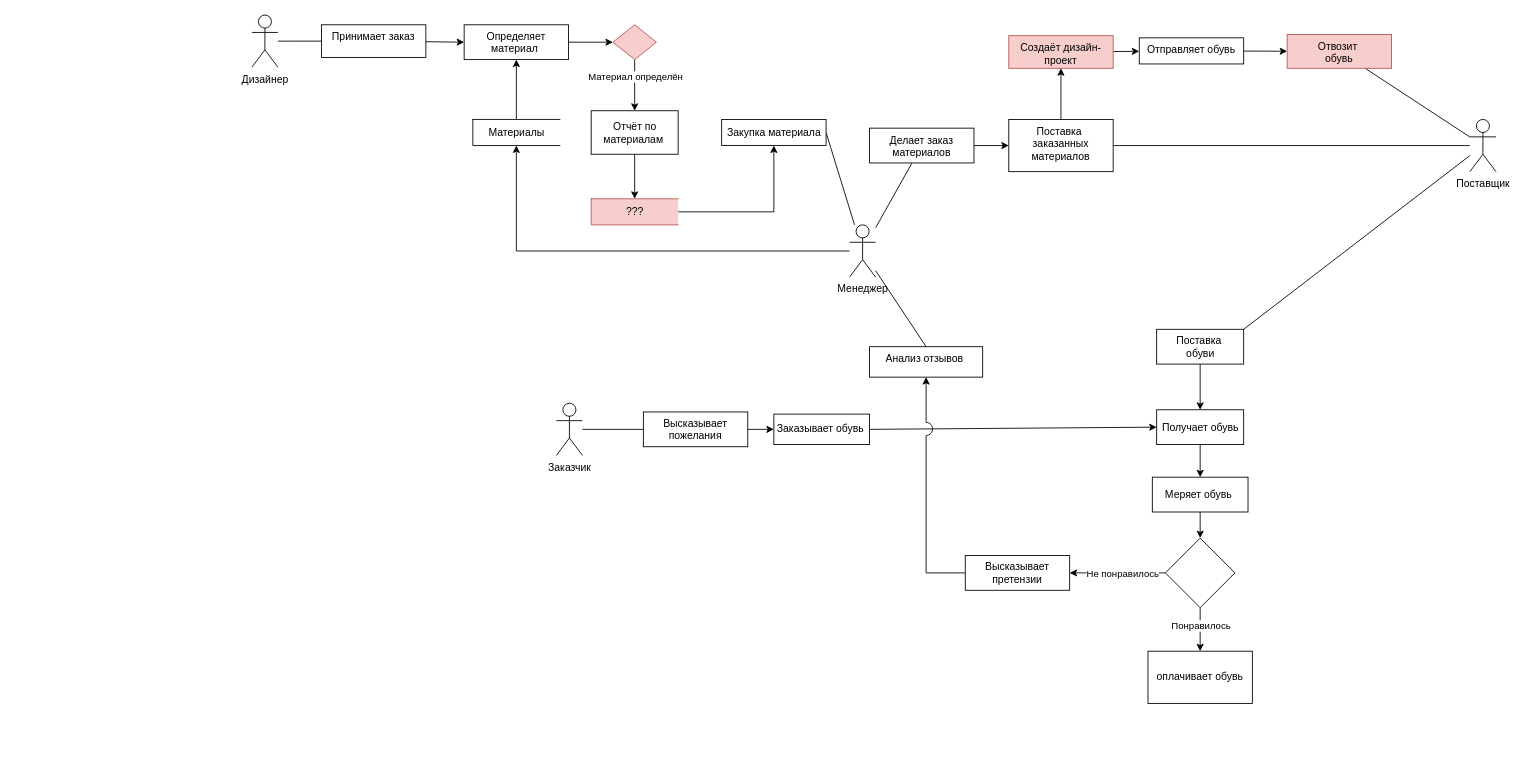
MorozovStanislav/Repozitory keeps this draw.io diagram as DFD.drawio. Above is the earlier version. Source tidied: cells renumbered, new cells numbered last; positions are measured from the earlier drawing's top-left corner, leaving out a move shared by most shapes. Both pictures are drawn from the tidied source at 87%, with x=0, y=0 at pixel (251, 15).
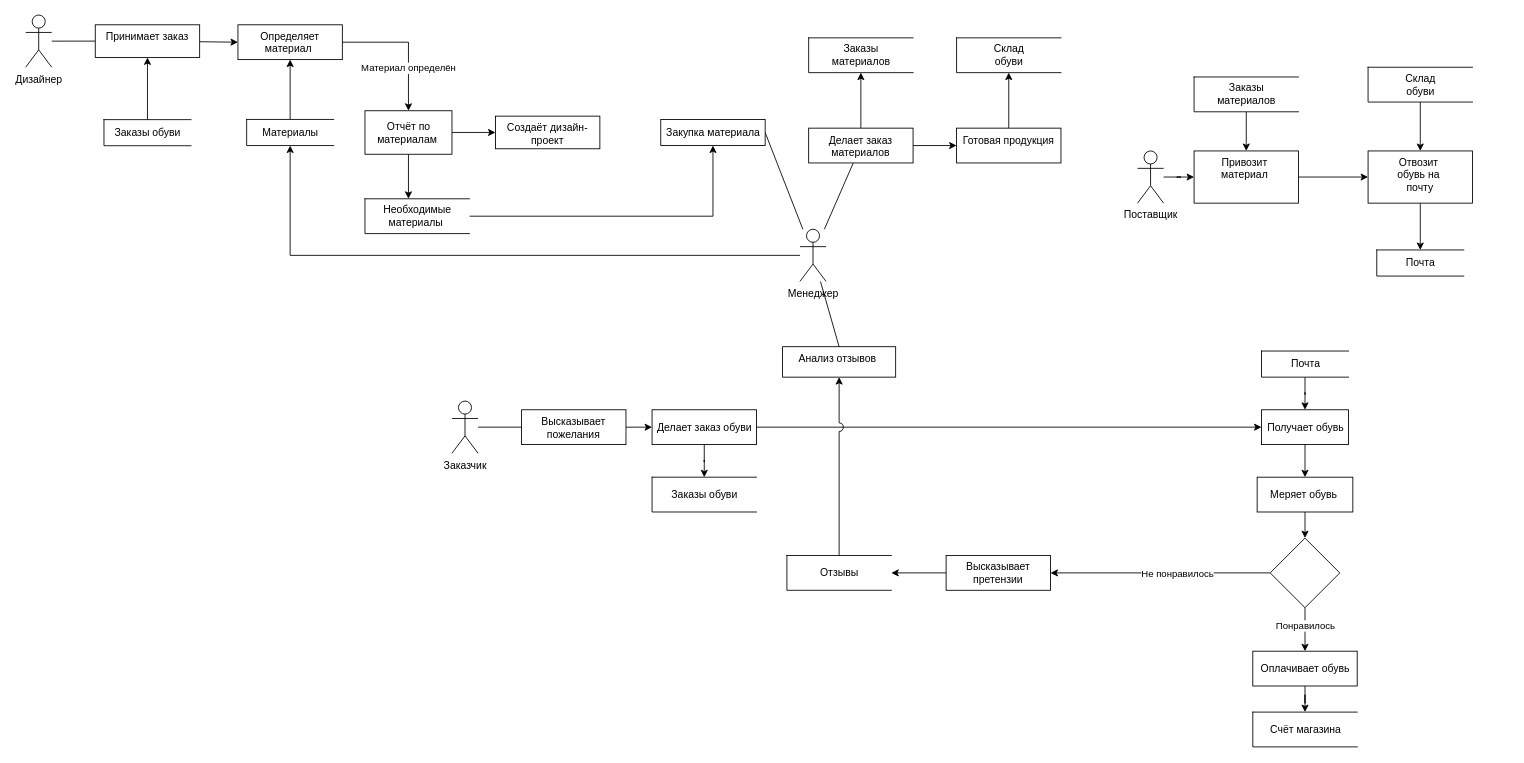
After the change.

The edit, as a diff of the source:
```diff
@@
     <mxCell id="3" style="edgeStyle=none;rounded=0;jettySize=auto;html=1;endArrow=classic;endFill=1;" parent="1" edge="1" source="4" target="29">
       <mxGeometry relative="1" as="geometry">
         <Array as="points">
-          <mxPoint x="304" y="271" />
+          <mxPoint x="44" y="276" />
         </Array>
       </mxGeometry>
     </mxCell>
     <mxCell id="4" value="Менеджер" style="shape=umlActor;verticalLabelPosition=bottom;verticalAlign=top;html=1;outlineConnect=0;" parent="1" vertex="1">
-      <mxGeometry x="687" y="241" width="30" height="60" as="geometry" />
+      <mxGeometry x="630" y="246" width="30" height="60" as="geometry" />
     </mxCell>
@@
     <mxCell id="6" value="Заказчик" style="shape=umlActor;verticalLabelPosition=bottom;verticalAlign=top;html=1;outlineConnect=0;" parent="1" vertex="1">
-      <mxGeometry x="350" y="446" width="30" height="60" as="geometry" />
+      <mxGeometry x="230" y="443.5" width="30" height="60" as="geometry" />
     </mxCell>
+    <mxCell id="59" style="edgeStyle=orthogonalEdgeStyle;rounded=0;sketch=0;jumpStyle=none;jumpSize=10;jettySize=auto;html=1;shadow=0;labelBorderColor=none;verticalAlign=middle;" parent="1" edge="1" source="7" target="77">
+      <mxGeometry relative="1" as="geometry" />
+    </mxCell>
     <mxCell id="7" value="Поставщик" style="shape=umlActor;verticalLabelPosition=bottom;verticalAlign=top;html=1;outlineConnect=0;" parent="1" vertex="1">
-      <mxGeometry x="1400" y="119.8" width="30" height="60" as="geometry" />
+      <mxGeometry x="1018" y="156" width="30" height="60" as="geometry" />
     </mxCell>
@@
     <mxCell id="9" value="Дизайнер" style="shape=umlActor;verticalLabelPosition=bottom;verticalAlign=top;html=1;outlineConnect=0;" parent="1" vertex="1">
-      <mxGeometry y="-0.2" width="30" height="60" as="geometry" />
+      <mxGeometry x="-260" y="-0.2" width="30" height="60" as="geometry" />
     </mxCell>
+    <mxCell id="60" style="edgeStyle=orthogonalEdgeStyle;rounded=0;sketch=0;jumpStyle=none;jumpSize=10;jettySize=auto;html=1;entryX=0.5;entryY=0;entryDx=0;entryDy=0;shadow=0;labelBorderColor=none;verticalAlign=middle;" parent="1" edge="1" source="11" target="69">
+      <mxGeometry relative="1" as="geometry" />
+    </mxCell>
-    <mxCell id="10" style="edgeStyle=none;rounded=0;jettySize=auto;html=1;exitX=1;exitY=0.5;exitDx=0;exitDy=0;entryX=0;entryY=0.5;entryDx=0;entryDy=0;endArrow=classic;endFill=1;strokeColor=#000000;" parent="1" edge="1" source="11" target="40">
+    <mxCell id="10" style="edgeStyle=orthogonalEdgeStyle;rounded=0;sketch=0;jumpStyle=none;jumpSize=10;jettySize=auto;html=1;entryX=0;entryY=0.5;entryDx=0;entryDy=0;shadow=0;labelBorderColor=none;verticalAlign=middle;" parent="1" edge="1" source="11" target="40">
       <mxGeometry relative="1" as="geometry" />
     </mxCell>
-    <mxCell id="11" value="Заказывает обувь&amp;nbsp;" style="html=1;dashed=0;whitespace=wrap;" parent="1" vertex="1">
-      <mxGeometry x="600" y="458.5" width="110" height="35" as="geometry" />
+    <mxCell id="11" value="Делает заказ обуви" style="html=1;dashed=0;whitespace=wrap;" parent="1" vertex="1">
+      <mxGeometry x="460" y="453.5" width="120" height="40" as="geometry" />
     </mxCell>
     <mxCell id="12" value="Анализ отзывов&amp;nbsp;" style="whiteSpace=wrap;html=1;verticalAlign=top;" parent="1" vertex="1">
-      <mxGeometry x="710" y="381" width="130" height="35" as="geometry" />
+      <mxGeometry x="610" y="381" width="130" height="35" as="geometry" />
     </mxCell>
@@
     <mxCell id="15" value="Принимает заказ" style="whiteSpace=wrap;html=1;verticalAlign=top;" parent="1" vertex="1">
-      <mxGeometry x="80" y="11" width="120" height="37.5" as="geometry" />
+      <mxGeometry x="-180" y="11" width="120" height="37.5" as="geometry" />
     </mxCell>
-    <mxCell id="16" style="edgeStyle=orthogonalEdgeStyle;rounded=0;jettySize=auto;html=1;" parent="1" edge="1" source="17" target="20">
-      <mxGeometry relative="1" as="geometry" />
-    </mxCell>
     <mxCell id="17" value="Определяет материал&amp;nbsp;" style="whiteSpace=wrap;html=1;verticalAlign=top;" parent="1" vertex="1">
-      <mxGeometry x="244" y="11" width="120" height="40" as="geometry" />
+      <mxGeometry x="-16" y="11" width="120" height="40" as="geometry" />
     </mxCell>
-    <mxCell id="18" style="edgeStyle=orthogonalEdgeStyle;rounded=0;jettySize=auto;html=1;entryX=0.5;entryY=0;entryDx=0;entryDy=0;" parent="1" edge="1" source="20" target="24">
+    <mxCell id="18" style="edgeStyle=orthogonalEdgeStyle;rounded=0;jettySize=auto;html=1;entryX=0.5;entryY=0;entryDx=0;entryDy=0;exitX=1;exitY=0.5;exitDx=0;exitDy=0;" parent="1" edge="1" source="17" target="24">
       <mxGeometry relative="1" as="geometry" />
     </mxCell>
     <mxCell id="19" value="Материал определён" style="edgeLabel;html=1;align=center;verticalAlign=middle;" parent="18" vertex="1">
-      <mxGeometry x="-0.35" relative="1" as="geometry" />
+      <mxGeometry x="-0.35" relative="1" as="geometry">
+        <mxPoint x="25" y="29" as="offset" />
+      </mxGeometry>
     </mxCell>
-    <mxCell id="20" style="rhombus;whiteSpace=wrap;html=1;verticalAlign=top;fillColor=#f8cecc;strokeColor=#b85450;" parent="1" vertex="1">
-      <mxGeometry x="415" y="11" width="50" height="40" as="geometry" />
-    </mxCell>
-    <mxCell id="21" style="edgeStyle=none;rounded=0;jettySize=auto;html=1;endArrow=classic;endFill=1;strokeColor=default;" parent="1" edge="1" source="22" target="33">
-      <mxGeometry relative="1" as="geometry" />
-    </mxCell>
-    <mxCell id="22" value="Создаёт дизайн-проект" style="whiteSpace=wrap;html=1;verticalAlign=top;fillColor=#f8cecc;strokeColor=#b85450;" parent="1" vertex="1">
-      <mxGeometry x="870" y="23.5" width="120" height="37.5" as="geometry" />
-    </mxCell>
     <mxCell id="23" style="edgeStyle=none;rounded=0;jettySize=auto;html=1;endArrow=classic;endFill=1;" parent="1" edge="1" source="24">
       <mxGeometry relative="1" as="geometry">
-        <mxPoint x="440" y="211" as="targetPoint" />
+        <mxPoint x="180" y="211" as="targetPoint" />
       </mxGeometry>
     </mxCell>
+    <mxCell id="61" style="edgeStyle=orthogonalEdgeStyle;rounded=0;sketch=0;jumpStyle=none;jumpSize=10;jettySize=auto;html=1;entryX=0;entryY=0.5;entryDx=0;entryDy=0;shadow=0;labelBorderColor=none;verticalAlign=middle;" parent="1" edge="1" source="24" target="22">
+      <mxGeometry relative="1" as="geometry" />
+    </mxCell>
     <mxCell id="24" value="Отчёт по &lt;br&gt;материалам&amp;nbsp;" style="html=1;dashed=0;whitespace=wrap;" parent="1" vertex="1">
-      <mxGeometry x="390" y="109.8" width="100" height="50" as="geometry" />
+      <mxGeometry x="130" y="109.8" width="100" height="50" as="geometry" />
     </mxCell>
@@
     <mxCell id="26" value="Закупка материала" style="html=1;dashed=0;whitespace=wrap;" parent="1" vertex="1">
-      <mxGeometry x="540" y="119.8" width="120" height="30" as="geometry" />
+      <mxGeometry x="470" y="119.8" width="120" height="30" as="geometry" />
     </mxCell>
@@
     <mxCell id="29" value="Материалы" style="html=1;dashed=0;whitespace=wrap;shape=partialRectangle;right=0;" parent="1" vertex="1">
-      <mxGeometry x="254" y="119.8" width="100" height="30" as="geometry" />
+      <mxGeometry x="-6" y="119.8" width="100" height="30" as="geometry" />
     </mxCell>
-    <mxCell id="30" style="edgeStyle=none;rounded=0;jettySize=auto;html=1;endArrow=classic;endFill=1;strokeColor=default;" parent="1" edge="1" source="31" target="38">
-      <mxGeometry relative="1" as="geometry" />
-    </mxCell>
+    <mxCell id="62" style="edgeStyle=orthogonalEdgeStyle;rounded=0;sketch=0;jumpStyle=none;jumpSize=10;jettySize=auto;html=1;shadow=0;labelBorderColor=none;verticalAlign=middle;entryX=0.5;entryY=1;entryDx=0;entryDy=0;" parent="1" edge="1" source="31" target="70">
+      <mxGeometry relative="1" as="geometry" />
+    </mxCell>
+    <mxCell id="63" style="edgeStyle=orthogonalEdgeStyle;rounded=0;sketch=0;jumpStyle=none;jumpSize=10;jettySize=auto;html=1;shadow=0;labelBorderColor=none;verticalAlign=middle;" parent="1" edge="1" source="31" target="72">
+      <mxGeometry relative="1" as="geometry" />
+    </mxCell>
     <mxCell id="31" value="Делает заказ материалов" style="whiteSpace=wrap;html=1;verticalAlign=top;" parent="1" vertex="1">
-      <mxGeometry x="710" y="129.8" width="120" height="40" as="geometry" />
+      <mxGeometry x="640" y="129.8" width="120" height="40" as="geometry" />
     </mxCell>
-    <mxCell id="32" style="edgeStyle=none;rounded=0;jettySize=auto;html=1;endArrow=classic;endFill=1;strokeColor=default;" parent="1" edge="1" source="33" target="35">
-      <mxGeometry relative="1" as="geometry" />
-    </mxCell>
-    <mxCell id="33" value="Отправляет обувь" style="whiteSpace=wrap;html=1;verticalAlign=top;" parent="1" vertex="1">
-      <mxGeometry x="1020" y="26" width="120" height="30" as="geometry" />
-    </mxCell>
-    <mxCell id="34" style="edgeStyle=none;rounded=0;jettySize=auto;html=1;endArrow=none;endFill=0;strokeColor=default;" parent="1" edge="1" source="35" target="7">
-      <mxGeometry relative="1" as="geometry" />
-    </mxCell>
-    <mxCell id="35" value="Отвозит&amp;nbsp;&lt;br&gt;обувь" style="whiteSpace=wrap;html=1;verticalAlign=top;fillColor=#f8cecc;strokeColor=#b85450;" parent="1" vertex="1">
-      <mxGeometry x="1190" y="22.2" width="120" height="38.8" as="geometry" />
-    </mxCell>
-    <mxCell id="36" style="edgeStyle=none;rounded=0;jettySize=auto;html=1;exitX=1;exitY=0.5;exitDx=0;exitDy=0;endArrow=none;endFill=0;strokeColor=default;" parent="1" edge="1" source="38" target="7">
-      <mxGeometry relative="1" as="geometry" />
-    </mxCell>
-    <mxCell id="37" style="edgeStyle=none;rounded=0;jettySize=auto;html=1;exitX=0.5;exitY=0;exitDx=0;exitDy=0;entryX=0.5;entryY=1;entryDx=0;entryDy=0;endArrow=classic;endFill=1;strokeColor=#000000;" parent="1" edge="1" source="38" target="22">
-      <mxGeometry relative="1" as="geometry" />
-    </mxCell>
-    <mxCell id="38" value="Поставка&amp;nbsp;&lt;br&gt;заказанных&lt;br&gt;материалов" style="whiteSpace=wrap;html=1;verticalAlign=top;" parent="1" vertex="1">
-      <mxGeometry x="870" y="119.8" width="120" height="60" as="geometry" />
-    </mxCell>
@@
     <mxCell id="40" value="Получает обувь" style="html=1;dashed=0;whitespace=wrap;" parent="1" vertex="1">
-      <mxGeometry x="1040" y="453.5" width="100" height="40" as="geometry" />
+      <mxGeometry x="1160.5" y="453.5" width="100" height="40" as="geometry" />
     </mxCell>
@@
     <mxCell id="42" value="Меряет обувь&amp;nbsp;" style="whiteSpace=wrap;html=1;dashed=0;" parent="1" vertex="1">
-      <mxGeometry x="1035" y="531" width="110" height="40" as="geometry" />
+      <mxGeometry x="1155.5" y="531" width="110" height="40" as="geometry" />
     </mxCell>
-    <mxCell id="43" style="edgeStyle=none;rounded=0;jettySize=auto;html=1;entryX=0.5;entryY=0;entryDx=0;entryDy=0;endArrow=classic;endFill=1;strokeColor=#000000;" parent="1" edge="1" source="45" target="40">
-      <mxGeometry relative="1" as="geometry" />
-    </mxCell>
-    <mxCell id="44" style="edgeStyle=none;rounded=0;jettySize=auto;html=1;exitX=1;exitY=0;exitDx=0;exitDy=0;endArrow=none;endFill=0;strokeColor=#000000;" parent="1" edge="1" source="45" target="7">
-      <mxGeometry relative="1" as="geometry" />
-    </mxCell>
-    <mxCell id="45" value="Поставка&amp;nbsp;&lt;br&gt;обуви" style="html=1;dashed=0;whitespace=wrap;" parent="1" vertex="1">
-      <mxGeometry x="1040" y="361" width="100" height="40" as="geometry" />
-    </mxCell>
@@
     <mxCell id="47" value="Высказывает пожелания" style="whiteSpace=wrap;html=1;verticalAlign=top;" parent="1" vertex="1">
-      <mxGeometry x="450" y="456" width="120" height="40" as="geometry" />
+      <mxGeometry x="310" y="453.5" width="120" height="40" as="geometry" />
     </mxCell>
@@
     <mxCell id="53" style="rhombus;whiteSpace=wrap;html=1;dashed=0;" parent="1" vertex="1">
-      <mxGeometry x="1050" y="601" width="80" height="80" as="geometry" />
+      <mxGeometry x="1170.5" y="601" width="80" height="80" as="geometry" />
     </mxCell>
+    <mxCell id="64" style="edgeStyle=orthogonalEdgeStyle;rounded=0;jettySize=auto;html=1;entryX=0.5;entryY=0;entryDx=0;entryDy=0;" parent="1" edge="1" source="54" target="66">
+      <mxGeometry relative="1" as="geometry" />
+    </mxCell>
-    <mxCell id="54" value="оплачивает обувь" style="whiteSpace=wrap;html=1;dashed=0;" parent="1" vertex="1">
-      <mxGeometry x="1030" y="731" width="120" height="60" as="geometry" />
+    <mxCell id="54" value="Оплачивает обувь" style="whiteSpace=wrap;html=1;dashed=0;" parent="1" vertex="1">
+      <mxGeometry x="1150.5" y="731" width="120" height="40" as="geometry" />
     </mxCell>
-    <mxCell id="55" style="edgeStyle=none;rounded=0;jettySize=auto;html=1;entryX=0.5;entryY=1;entryDx=0;entryDy=0;endArrow=classic;endFill=1;strokeColor=#000000;jumpStyle=arc;jumpSize=15;" parent="1" edge="1" source="56" target="12">
-      <mxGeometry relative="1" as="geometry">
-        <Array as="points">
-          <mxPoint x="775" y="641" />
-        </Array>
-      </mxGeometry>
-    </mxCell>
+    <mxCell id="65" style="edgeStyle=orthogonalEdgeStyle;rounded=0;jettySize=auto;html=1;" parent="1" edge="1" source="56" target="68">
+      <mxGeometry relative="1" as="geometry" />
+    </mxCell>
     <mxCell id="56" value="Высказывает&lt;br&gt;претензии" style="whiteSpace=wrap;html=1;dashed=0;" parent="1" vertex="1">
-      <mxGeometry x="820" y="621" width="120" height="40" as="geometry" />
+      <mxGeometry x="798" y="621" width="120" height="40" as="geometry" />
     </mxCell>
     <mxCell id="57" style="edgeStyle=none;rounded=0;jettySize=auto;html=1;endArrow=classic;endFill=1;" parent="1" edge="1" source="58" target="26">
       <mxGeometry relative="1" as="geometry">
         <Array as="points">
-          <mxPoint x="600" y="226" />
+          <mxPoint x="530" y="231" />
         </Array>
       </mxGeometry>
     </mxCell>
-    <mxCell id="58" value="???" style="html=1;dashed=0;whitespace=wrap;shape=partialRectangle;right=0;fillColor=#f8cecc;strokeColor=#b85450;" parent="1" vertex="1">
-      <mxGeometry x="390" y="211" width="100" height="30" as="geometry" />
+    <mxCell id="58" value="Необходимые &lt;br&gt;материалы&amp;nbsp;" style="html=1;dashed=0;whitespace=wrap;shape=partialRectangle;right=0;" parent="1" vertex="1">
+      <mxGeometry x="130" y="211" width="120" height="40" as="geometry" />
     </mxCell>
+    <mxCell id="66" value="Счёт магазина" style="html=1;dashed=0;whitespace=wrap;shape=partialRectangle;right=0;" parent="1" vertex="1">
+      <mxGeometry x="1150.5" y="801" width="120" height="40" as="geometry" />
+    </mxCell>
+    <mxCell id="67" style="edgeStyle=orthogonalEdgeStyle;rounded=0;jumpStyle=arc;jettySize=auto;html=1;entryX=0.5;entryY=1;entryDx=0;entryDy=0;labelBorderColor=none;verticalAlign=middle;jumpSize=10;" parent="1" edge="1" source="68" target="12">
+      <mxGeometry relative="1" as="geometry" />
+    </mxCell>
+    <mxCell id="68" value="Отзывы" style="html=1;dashed=0;whitespace=wrap;shape=partialRectangle;right=0;" parent="1" vertex="1">
+      <mxGeometry x="615" y="621" width="120" height="40" as="geometry" />
+    </mxCell>
+    <mxCell id="69" value="Заказы обуви" style="html=1;dashed=0;whitespace=wrap;shape=partialRectangle;right=0;" parent="1" vertex="1">
+      <mxGeometry x="460" y="531" width="120" height="40" as="geometry" />
+    </mxCell>
+    <mxCell id="22" value="Создаёт дизайн-проект" style="whiteSpace=wrap;html=1;verticalAlign=top;" parent="1" vertex="1">
+      <mxGeometry x="280" y="116" width="120" height="37.5" as="geometry" />
+    </mxCell>
+    <mxCell id="70" value="Заказы &lt;br&gt;материалов" style="html=1;dashed=0;whitespace=wrap;shape=partialRectangle;right=0;" parent="1" vertex="1">
+      <mxGeometry x="640" y="26" width="120" height="40" as="geometry" />
+    </mxCell>
+    <mxCell id="71" style="edgeStyle=orthogonalEdgeStyle;rounded=0;sketch=0;jumpStyle=none;jumpSize=10;jettySize=auto;html=1;entryX=0.5;entryY=1;entryDx=0;entryDy=0;shadow=0;labelBorderColor=none;verticalAlign=middle;" parent="1" edge="1" source="72" target="73">
+      <mxGeometry relative="1" as="geometry" />
+    </mxCell>
+    <mxCell id="72" value="Готовая продукция" style="whiteSpace=wrap;html=1;verticalAlign=top;" parent="1" vertex="1">
+      <mxGeometry x="810" y="129.8" width="120" height="40" as="geometry" />
+    </mxCell>
+    <mxCell id="73" value="Склад &lt;br&gt;обуви" style="html=1;dashed=0;whitespace=wrap;shape=partialRectangle;right=0;" parent="1" vertex="1">
+      <mxGeometry x="810" y="26" width="120" height="40" as="geometry" />
+    </mxCell>
+    <mxCell id="74" style="edgeStyle=orthogonalEdgeStyle;rounded=0;sketch=0;jumpStyle=none;jumpSize=10;jettySize=auto;html=1;exitX=0.5;exitY=0;exitDx=0;exitDy=0;entryX=0.5;entryY=1;entryDx=0;entryDy=0;shadow=0;labelBorderColor=none;verticalAlign=middle;" parent="1" edge="1" source="75" target="15">
+      <mxGeometry relative="1" as="geometry" />
+    </mxCell>
+    <mxCell id="75" value="Заказы обуви" style="html=1;dashed=0;whitespace=wrap;shape=partialRectangle;right=0;" parent="1" vertex="1">
+      <mxGeometry x="-170" y="120" width="100" height="30" as="geometry" />
+    </mxCell>
+    <mxCell id="76" style="edgeStyle=orthogonalEdgeStyle;rounded=0;sketch=0;jumpStyle=none;jumpSize=10;jettySize=auto;html=1;shadow=0;labelBorderColor=none;verticalAlign=middle;" parent="1" edge="1" source="77" target="81">
+      <mxGeometry relative="1" as="geometry" />
+    </mxCell>
+    <mxCell id="77" value="Привозит&amp;nbsp;&lt;br&gt;материал&amp;nbsp;" style="whiteSpace=wrap;html=1;verticalAlign=top;" parent="1" vertex="1">
+      <mxGeometry x="1083" y="156" width="120" height="60" as="geometry" />
+    </mxCell>
+    <mxCell id="78" style="edgeStyle=orthogonalEdgeStyle;rounded=0;sketch=0;jumpStyle=none;jumpSize=10;jettySize=auto;html=1;entryX=0.5;entryY=0;entryDx=0;entryDy=0;shadow=0;labelBorderColor=none;verticalAlign=middle;" parent="1" edge="1" source="79" target="77">
+      <mxGeometry relative="1" as="geometry" />
+    </mxCell>
+    <mxCell id="79" value="Заказы &lt;br&gt;материалов" style="html=1;dashed=0;whitespace=wrap;shape=partialRectangle;right=0;" parent="1" vertex="1">
+      <mxGeometry x="1083" y="71" width="120" height="40" as="geometry" />
+    </mxCell>
+    <mxCell id="80" style="edgeStyle=orthogonalEdgeStyle;rounded=0;sketch=0;jumpStyle=none;jumpSize=10;jettySize=auto;html=1;shadow=0;labelBorderColor=none;verticalAlign=middle;entryX=0.5;entryY=0;entryDx=0;entryDy=0;" parent="1" edge="1" source="81" target="84">
+      <mxGeometry relative="1" as="geometry" />
+    </mxCell>
+    <mxCell id="81" value="Отвозит&amp;nbsp;&lt;br&gt;обувь на&amp;nbsp;&lt;br&gt;почту" style="whiteSpace=wrap;html=1;verticalAlign=top;" parent="1" vertex="1">
+      <mxGeometry x="1283" y="156" width="120" height="60" as="geometry" />
+    </mxCell>
+    <mxCell id="82" style="edgeStyle=orthogonalEdgeStyle;rounded=0;sketch=0;jumpStyle=none;jumpSize=10;jettySize=auto;html=1;entryX=0.5;entryY=0;entryDx=0;entryDy=0;shadow=0;labelBorderColor=none;verticalAlign=middle;" parent="1" edge="1" source="83" target="81">
+      <mxGeometry relative="1" as="geometry" />
+    </mxCell>
+    <mxCell id="83" value="Склад &lt;br&gt;обуви" style="html=1;dashed=0;whitespace=wrap;shape=partialRectangle;right=0;" parent="1" vertex="1">
+      <mxGeometry x="1283" y="59.8" width="120" height="40" as="geometry" />
+    </mxCell>
+    <mxCell id="84" value="Почта" style="html=1;dashed=0;whitespace=wrap;shape=partialRectangle;right=0;" parent="1" vertex="1">
+      <mxGeometry x="1293" y="269.8" width="100" height="30" as="geometry" />
+    </mxCell>
+    <mxCell id="85" style="edgeStyle=orthogonalEdgeStyle;rounded=0;sketch=0;jumpStyle=none;jumpSize=10;jettySize=auto;html=1;entryX=0.5;entryY=0;entryDx=0;entryDy=0;shadow=0;labelBorderColor=none;verticalAlign=middle;" parent="1" edge="1" source="86" target="40">
+      <mxGeometry relative="1" as="geometry" />
+    </mxCell>
+    <mxCell id="86" value="Почта" style="html=1;dashed=0;whitespace=wrap;shape=partialRectangle;right=0;" parent="1" vertex="1">
+      <mxGeometry x="1160.5" y="386" width="100" height="30" as="geometry" />
+    </mxCell>
```
